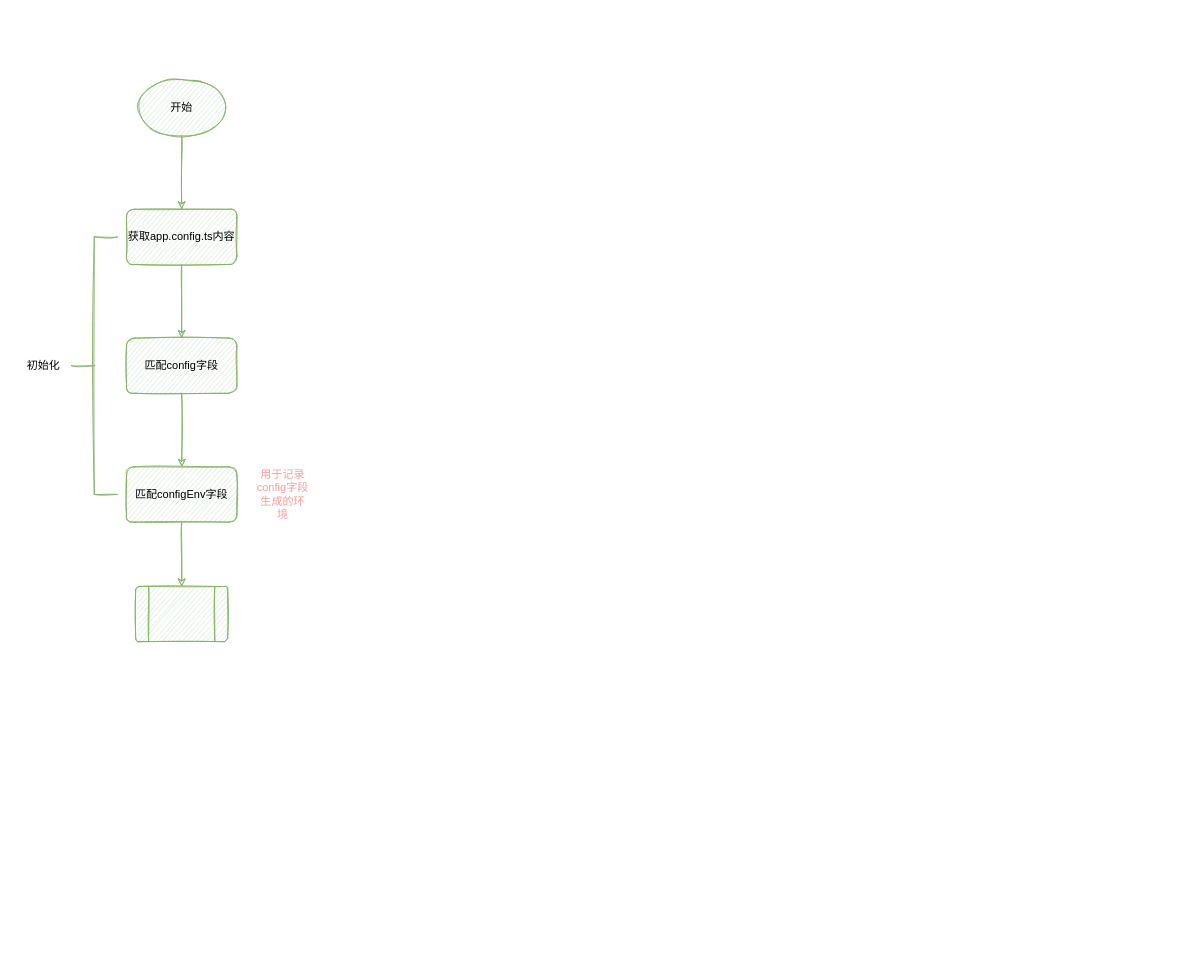
Earlier version of the draw.io diagram 未命名绘图.drawio (qq865738120/diagrams). Source tidied: cells renumbered, new cells numbered last; positions are measured from the earlier drawing's top-left corner, leaving out a move shared by most shapes. Both pictures are drawn from the tidied source at 92%, with x=0, y=0 at pixel (16, 80).
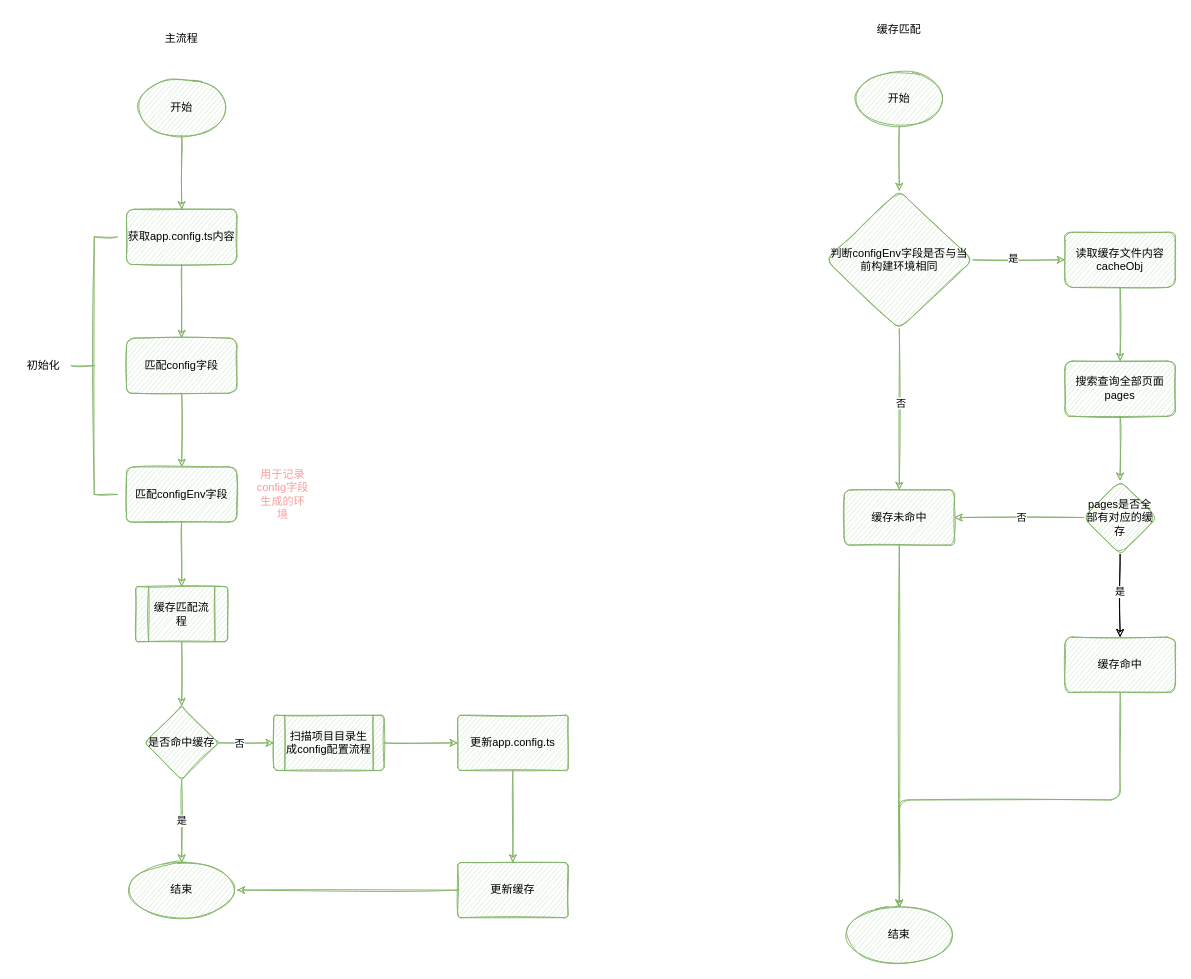
Above is the later version.

Commit message:
更新未命名绘图.drawio

Unchanged cells that the change refers to:
```xml
<mxCell id="9" value="匹配configEnv字段" style="whiteSpace=wrap;html=1;fillColor=#d5e8d4;strokeColor=#82b366;strokeWidth=1;rounded=1;sketch=1;" parent="1" vertex="1">
  <mxGeometry x="120" y="420" width="120" height="60" as="geometry" />
</mxCell>
```

Change to the diagram source:
```diff
@@
-    <mxCell id="8" style="edgeStyle=orthogonalEdgeStyle;rounded=1;sketch=1;jettySize=auto;html=1;fontColor=#000000;fillColor=#d5e8d4;strokeColor=#82b366;" parent="1" edge="1" source="9" target="13">
+    <mxCell id="8" style="edgeStyle=orthogonalEdgeStyle;rounded=1;sketch=1;jettySize=auto;html=1;fontColor=#000000;fillColor=#d5e8d4;strokeColor=#82b366;entryX=0.5;entryY=0;entryDx=0;entryDy=0;" parent="1" edge="1" source="9" target="15">
       <mxGeometry relative="1" as="geometry" />
     </mxCell>
@@
-    <mxCell id="13" style="verticalLabelPosition=bottom;verticalAlign=top;html=1;shape=process;whiteSpace=wrap;rounded=1;size=0.14;arcSize=6;sketch=1;strokeWidth=1;fillColor=#d5e8d4;strokeColor=#82b366;" parent="1" vertex="1">
-      <mxGeometry x="130" y="550" width="100" height="60" as="geometry" />
-    </mxCell>
+    <mxCell id="14" style="edgeStyle=orthogonalEdgeStyle;rounded=1;sketch=1;jettySize=auto;html=1;fontColor=#000000;fillColor=#d5e8d4;strokeColor=#82b366;" parent="1" edge="1" source="15" target="19">
+      <mxGeometry relative="1" as="geometry" />
+    </mxCell>
+    <mxCell id="15" value="缓存匹配流程" style="verticalLabelPosition=middle;verticalAlign=middle;html=1;shape=process;whiteSpace=wrap;rounded=1;size=0.14;arcSize=6;sketch=1;strokeWidth=1;fillColor=#d5e8d4;strokeColor=#82b366;labelPosition=center;align=center;" parent="1" vertex="1">
+      <mxGeometry x="130" y="550" width="100" height="60" as="geometry" />
+    </mxCell>
+    <mxCell id="16" value="是" style="edgeStyle=orthogonalEdgeStyle;rounded=1;sketch=1;jettySize=auto;html=1;fontColor=#000000;fillColor=#d5e8d4;strokeColor=#82b366;" parent="1" edge="1" source="19" target="20">
+      <mxGeometry relative="1" as="geometry" />
+    </mxCell>
+    <mxCell id="17" style="edgeStyle=orthogonalEdgeStyle;rounded=1;sketch=1;jettySize=auto;html=1;fontColor=#000000;fillColor=#d5e8d4;strokeColor=#82b366;" parent="1" edge="1" source="19" target="22">
+      <mxGeometry relative="1" as="geometry" />
+    </mxCell>
+    <mxCell id="18" value="否" style="edgeLabel;html=1;align=center;verticalAlign=middle;fontColor=#000000;" parent="17" vertex="1">
+      <mxGeometry x="-0.27" relative="1" as="geometry" />
+    </mxCell>
+    <mxCell id="19" value="是否命中缓存" style="rhombus;whiteSpace=wrap;html=1;fillColor=#d5e8d4;strokeColor=#82b366;rounded=1;arcSize=6;sketch=1;strokeWidth=1;" parent="1" vertex="1">
+      <mxGeometry x="140" y="680" width="80" height="80" as="geometry" />
+    </mxCell>
+    <mxCell id="20" value="结束" style="ellipse;whiteSpace=wrap;html=1;fillColor=#d5e8d4;strokeColor=#82b366;rounded=1;arcSize=6;sketch=1;strokeWidth=1;" parent="1" vertex="1">
+      <mxGeometry x="120" y="850" width="120" height="60" as="geometry" />
+    </mxCell>
+    <mxCell id="21" style="edgeStyle=orthogonalEdgeStyle;rounded=1;sketch=1;jettySize=auto;html=1;fontColor=#000000;fillColor=#d5e8d4;strokeColor=#82b366;" parent="1" edge="1" source="22" target="24">
+      <mxGeometry relative="1" as="geometry" />
+    </mxCell>
+    <mxCell id="22" value="扫描项目目录生成config配置流程" style="shape=process;whiteSpace=wrap;html=1;backgroundOutline=1;fillColor=#d5e8d4;strokeColor=#82b366;rounded=1;arcSize=6;sketch=1;strokeWidth=1;" parent="1" vertex="1">
+      <mxGeometry x="280" y="690" width="120" height="60" as="geometry" />
+    </mxCell>
+    <mxCell id="23" style="edgeStyle=orthogonalEdgeStyle;rounded=1;sketch=1;jettySize=auto;html=1;fontColor=#000000;fillColor=#d5e8d4;strokeColor=#82b366;" parent="1" edge="1" source="24" target="26">
+      <mxGeometry relative="1" as="geometry" />
+    </mxCell>
+    <mxCell id="24" value="更新app.config.ts" style="whiteSpace=wrap;html=1;fillColor=#d5e8d4;strokeColor=#82b366;rounded=1;arcSize=6;sketch=1;strokeWidth=1;" parent="1" vertex="1">
+      <mxGeometry x="480" y="690" width="120" height="60" as="geometry" />
+    </mxCell>
+    <mxCell id="25" style="edgeStyle=orthogonalEdgeStyle;rounded=1;sketch=1;jettySize=auto;html=1;exitX=0;exitY=0.5;exitDx=0;exitDy=0;entryX=1;entryY=0.5;entryDx=0;entryDy=0;fontColor=#000000;fillColor=#d5e8d4;strokeColor=#82b366;" parent="1" edge="1" source="26" target="20">
+      <mxGeometry relative="1" as="geometry" />
+    </mxCell>
+    <mxCell id="26" value="更新缓存" style="whiteSpace=wrap;html=1;fillColor=#d5e8d4;strokeColor=#82b366;rounded=1;arcSize=6;sketch=1;strokeWidth=1;" parent="1" vertex="1">
+      <mxGeometry x="480" y="850" width="120" height="60" as="geometry" />
+    </mxCell>
+    <mxCell id="27" value="主流程" style="text;html=1;strokeColor=none;fillColor=none;align=center;verticalAlign=middle;whiteSpace=wrap;rounded=0;sketch=1;fontColor=#000000;" parent="1" vertex="1">
+      <mxGeometry x="150" y="-60" width="60" height="30" as="geometry" />
+    </mxCell>
+    <mxCell id="28" style="edgeStyle=orthogonalEdgeStyle;rounded=1;sketch=1;jettySize=auto;html=1;fontColor=#000000;fillColor=#d5e8d4;strokeColor=#82b366;" parent="1" edge="1" source="29" target="35">
+      <mxGeometry relative="1" as="geometry" />
+    </mxCell>
+    <mxCell id="29" value="开始" style="strokeWidth=1;html=1;shape=mxgraph.flowchart.start_1;whiteSpace=wrap;rounded=1;sketch=1;fillColor=#d5e8d4;strokeColor=#82b366;" parent="1" vertex="1">
+      <mxGeometry x="910" y="-10" width="100" height="60" as="geometry" />
+    </mxCell>
+    <mxCell id="30" value="缓存匹配" style="text;html=1;strokeColor=none;fillColor=none;align=center;verticalAlign=middle;whiteSpace=wrap;rounded=0;sketch=1;fontColor=#000000;" parent="1" vertex="1">
+      <mxGeometry x="930" y="-70" width="60" height="30" as="geometry" />
+    </mxCell>
+    <mxCell id="31" style="edgeStyle=orthogonalEdgeStyle;rounded=1;sketch=1;jettySize=auto;html=1;fontColor=#000000;fillColor=#d5e8d4;strokeColor=#82b366;" parent="1" edge="1" source="35" target="37">
+      <mxGeometry relative="1" as="geometry" />
+    </mxCell>
+    <mxCell id="32" value="否" style="edgeLabel;html=1;align=center;verticalAlign=middle;fontColor=#000000;" parent="31" vertex="1">
+      <mxGeometry x="-0.09" y="1" relative="1" as="geometry" />
+    </mxCell>
+    <mxCell id="33" style="edgeStyle=orthogonalEdgeStyle;rounded=1;sketch=1;jettySize=auto;html=1;fontColor=#000000;fillColor=#d5e8d4;strokeColor=#82b366;" parent="1" edge="1" source="35" target="40">
+      <mxGeometry relative="1" as="geometry" />
+    </mxCell>
+    <mxCell id="34" value="是" style="edgeLabel;html=1;align=center;verticalAlign=middle;fontColor=#000000;" parent="33" vertex="1">
+      <mxGeometry x="-0.14" y="2" relative="1" as="geometry" />
+    </mxCell>
+    <mxCell id="35" value="判断configEnv字段是否与当前构建环境相同" style="rhombus;whiteSpace=wrap;html=1;fillColor=#d5e8d4;strokeColor=#82b366;strokeWidth=1;rounded=1;sketch=1;" parent="1" vertex="1">
+      <mxGeometry x="880" y="120" width="160" height="150" as="geometry" />
+    </mxCell>
+    <mxCell id="36" style="edgeStyle=orthogonalEdgeStyle;rounded=1;sketch=1;jettySize=auto;html=1;fontColor=#000000;fillColor=#d5e8d4;strokeColor=#82b366;" parent="1" edge="1" source="37" target="38">
+      <mxGeometry relative="1" as="geometry" />
+    </mxCell>
+    <mxCell id="37" value="缓存未命中" style="whiteSpace=wrap;html=1;fillColor=#d5e8d4;strokeColor=#82b366;strokeWidth=1;rounded=1;sketch=1;" parent="1" vertex="1">
+      <mxGeometry x="900" y="445" width="120" height="60" as="geometry" />
+    </mxCell>
+    <mxCell id="38" value="结束" style="ellipse;whiteSpace=wrap;html=1;fillColor=#d5e8d4;strokeColor=#82b366;strokeWidth=1;rounded=1;sketch=1;" parent="1" vertex="1">
+      <mxGeometry x="900" y="899" width="120" height="60" as="geometry" />
+    </mxCell>
+    <mxCell id="39" style="edgeStyle=orthogonalEdgeStyle;rounded=1;sketch=1;jettySize=auto;html=1;fontColor=#000000;fillColor=#d5e8d4;strokeColor=#82b366;" parent="1" edge="1" source="40" target="42">
+      <mxGeometry relative="1" as="geometry" />
+    </mxCell>
+    <mxCell id="40" value="读取缓存文件内容cacheObj" style="whiteSpace=wrap;html=1;fillColor=#d5e8d4;strokeColor=#82b366;strokeWidth=1;rounded=1;sketch=1;" parent="1" vertex="1">
+      <mxGeometry x="1140" y="165" width="120" height="60" as="geometry" />
+    </mxCell>
+    <mxCell id="41" style="edgeStyle=orthogonalEdgeStyle;rounded=1;sketch=1;jettySize=auto;html=1;fontColor=#000000;fillColor=#d5e8d4;strokeColor=#82b366;" parent="1" edge="1" source="42" target="47">
+      <mxGeometry relative="1" as="geometry" />
+    </mxCell>
+    <mxCell id="42" value="搜索查询全部页面pages" style="whiteSpace=wrap;html=1;fillColor=#d5e8d4;strokeColor=#82b366;strokeWidth=1;rounded=1;sketch=1;" parent="1" vertex="1">
+      <mxGeometry x="1140" y="305" width="120" height="60" as="geometry" />
+    </mxCell>
+    <mxCell id="43" style="edgeStyle=orthogonalEdgeStyle;rounded=1;sketch=1;jettySize=auto;html=1;exitX=0;exitY=0.5;exitDx=0;exitDy=0;fontColor=#000000;fillColor=#d5e8d4;strokeColor=#82b366;" parent="1" edge="1" source="47" target="37">
+      <mxGeometry relative="1" as="geometry" />
+    </mxCell>
+    <mxCell id="44" value="否" style="edgeLabel;html=1;align=center;verticalAlign=middle;fontColor=#000000;" parent="43" vertex="1">
+      <mxGeometry x="-0.03" y="-1" relative="1" as="geometry" />
+    </mxCell>
+    <mxCell id="45" style="edgeStyle=orthogonalEdgeStyle;rounded=1;sketch=1;jettySize=auto;html=1;fontColor=#000000;" parent="1" edge="1" source="47" target="49">
+      <mxGeometry relative="1" as="geometry" />
+    </mxCell>
+    <mxCell id="46" value="是" style="edgeLabel;html=1;align=center;verticalAlign=middle;fontColor=#000000;" parent="45" vertex="1">
+      <mxGeometry x="-0.12" y="-1" relative="1" as="geometry" />
+    </mxCell>
+    <mxCell id="47" value="pages是否全部有对应的缓存" style="rhombus;whiteSpace=wrap;html=1;fillColor=#d5e8d4;strokeColor=#82b366;strokeWidth=1;rounded=1;sketch=1;" parent="1" vertex="1">
+      <mxGeometry x="1160" y="435" width="80" height="80" as="geometry" />
+    </mxCell>
+    <mxCell id="48" style="edgeStyle=orthogonalEdgeStyle;rounded=1;sketch=1;jettySize=auto;html=1;exitX=0.5;exitY=1;exitDx=0;exitDy=0;entryX=0.5;entryY=0;entryDx=0;entryDy=0;fontColor=#000000;fillColor=#d5e8d4;strokeColor=#82b366;" parent="1" edge="1" source="49" target="38">
+      <mxGeometry relative="1" as="geometry" />
+    </mxCell>
+    <mxCell id="49" value="缓存命中" style="whiteSpace=wrap;html=1;fillColor=#d5e8d4;strokeColor=#82b366;strokeWidth=1;rounded=1;sketch=1;" parent="1" vertex="1">
+      <mxGeometry x="1140" y="605" width="120" height="60" as="geometry" />
+    </mxCell>
```
